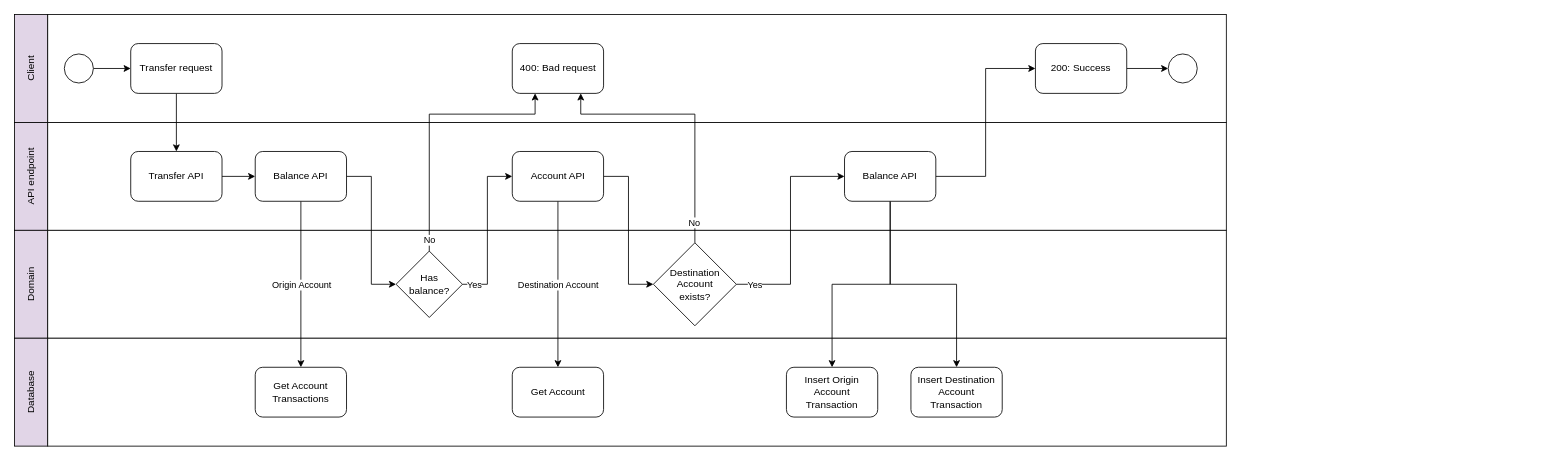
Earlier version of the draw.io diagram resources/transfer-request.drawio (gerson-vfs/wallet_backend). Source tidied: cells renumbered, new cells numbered last; positions are measured from the earlier drawing's top-left corner, leaving out a move shared by most shapes. Both pictures are drawn from the tidied source at 83%, with x=0, y=0 at pixel (14, 14).
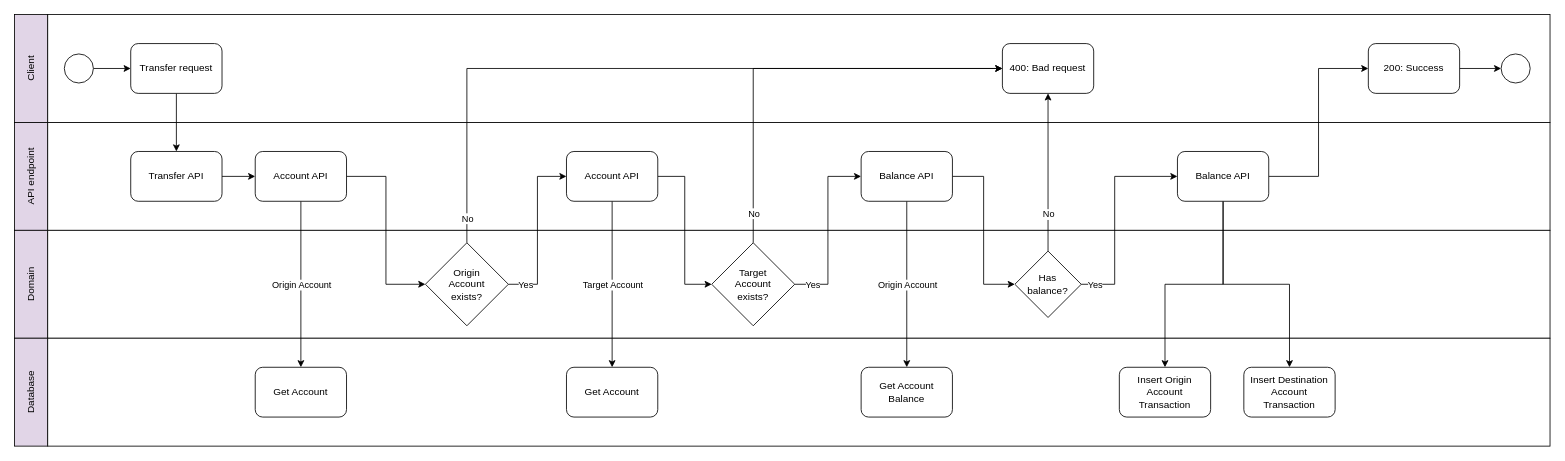
The same diagram, later.

Commit message (it also covers changes not shown here):
fix: update transfer diagram

Unchanged cells that the change refers to:
```xml
<mxCell id="20" value="Transfer API" style="rounded=1;whiteSpace=wrap;html=1;" parent="1" vertex="1">
  <mxGeometry x="140" y="165" width="110" height="60" as="geometry" />
</mxCell>
```

What changed in the source:
```diff
@@
     <mxCell id="5" style="rounded=0;whiteSpace=wrap;html=1;" parent="1" vertex="1">
-      <mxGeometry x="40" width="1420" height="130" as="geometry" />
+      <mxGeometry x="40" width="1810" height="130" as="geometry" />
     </mxCell>
     <mxCell id="6" style="rounded=0;whiteSpace=wrap;html=1;" parent="1" vertex="1">
-      <mxGeometry x="40" y="130" width="1420" height="130" as="geometry" />
+      <mxGeometry x="40" y="130" width="1810" height="130" as="geometry" />
     </mxCell>
     <mxCell id="7" style="rounded=0;whiteSpace=wrap;html=1;" parent="1" vertex="1">
-      <mxGeometry x="40" y="260" width="1420" height="130" as="geometry" />
+      <mxGeometry x="40" y="260" width="1810" height="130" as="geometry" />
     </mxCell>
@@
     <mxCell id="9" style="rounded=0;whiteSpace=wrap;html=1;" parent="1" vertex="1">
-      <mxGeometry x="40" y="390" width="1420" height="130" as="geometry" />
+      <mxGeometry x="40" y="390" width="1810" height="130" as="geometry" />
     </mxCell>
@@
     <mxCell id="14" value="400: Bad request" style="rounded=1;whiteSpace=wrap;html=1;" parent="1" vertex="1">
-      <mxGeometry x="599.7" y="35" width="110" height="60" as="geometry" />
+      <mxGeometry x="1190.2" y="35" width="110" height="60" as="geometry" />
     </mxCell>
-    <mxCell id="15" style="edgeStyle=orthogonalEdgeStyle;rounded=0;jettySize=auto;html=1;entryX=0;entryY=0.5;entryDx=0;entryDy=0;" parent="1" edge="1" source="18" target="26">
+    <mxCell id="15" style="edgeStyle=orthogonalEdgeStyle;rounded=0;jettySize=auto;html=1;entryX=0;entryY=0.5;entryDx=0;entryDy=0;exitX=1;exitY=0.5;exitDx=0;exitDy=0;" parent="1" edge="1" source="18" target="26">
       <mxGeometry relative="1" as="geometry" />
     </mxCell>
@@
     <mxCell id="18" value="Balance API" style="rounded=1;whiteSpace=wrap;html=1;" parent="1" vertex="1">
-      <mxGeometry x="290" y="165" width="110" height="60" as="geometry" />
+      <mxGeometry x="1020" y="165" width="110" height="60" as="geometry" />
     </mxCell>
-    <mxCell id="19" style="edgeStyle=orthogonalEdgeStyle;rounded=0;jettySize=auto;html=1;exitX=1;exitY=0.5;exitDx=0;exitDy=0;entryX=0;entryY=0.5;entryDx=0;entryDy=0;" parent="1" edge="1" source="20" target="18">
-      <mxGeometry relative="1" as="geometry" />
-    </mxCell>
+    <mxCell id="46" style="edgeStyle=orthogonalEdgeStyle;rounded=0;jettySize=auto;html=1;entryX=0;entryY=0.5;entryDx=0;entryDy=0;" parent="1" edge="1" source="20" target="51">
+      <mxGeometry relative="1" as="geometry" />
+    </mxCell>
@@
-    <mxCell id="21" value="Get Account Transactions" style="rounded=1;whiteSpace=wrap;html=1;" parent="1" vertex="1">
-      <mxGeometry x="290" y="425" width="110" height="60" as="geometry" />
+    <mxCell id="21" value="Get Account Balance" style="rounded=1;whiteSpace=wrap;html=1;" parent="1" vertex="1">
+      <mxGeometry x="1020" y="425" width="110" height="60" as="geometry" />
     </mxCell>
-    <mxCell id="22" style="edgeStyle=orthogonalEdgeStyle;rounded=0;jettySize=auto;html=1;entryX=0;entryY=0.5;entryDx=0;entryDy=0;" parent="1" edge="1" source="26" target="35">
+    <mxCell id="22" style="edgeStyle=orthogonalEdgeStyle;rounded=0;jettySize=auto;html=1;entryX=0;entryY=0.5;entryDx=0;entryDy=0;" parent="1" edge="1" source="26" target="40">
       <mxGeometry relative="1" as="geometry">
         <Array as="points">
-          <mxPoint x="569.7" y="325" />
-          <mxPoint x="569.7" y="195" />
+          <mxPoint x="1325.5" y="325" />
+          <mxPoint x="1325.5" y="195" />
         </Array>
       </mxGeometry>
     </mxCell>
@@
-    <mxCell id="24" style="edgeStyle=orthogonalEdgeStyle;rounded=0;jettySize=auto;html=1;entryX=0.25;entryY=1;entryDx=0;entryDy=0;" parent="1" edge="1" source="26" target="14">
-      <mxGeometry relative="1" as="geometry">
-        <Array as="points">
-          <mxPoint x="500" y="120" />
-          <mxPoint x="627" y="120" />
-        </Array>
-      </mxGeometry>
+    <mxCell id="24" style="edgeStyle=orthogonalEdgeStyle;rounded=0;jettySize=auto;html=1;exitX=0.5;exitY=0;exitDx=0;exitDy=0;entryX=0.5;entryY=1;entryDx=0;entryDy=0;" parent="1" edge="1" source="26" target="14">
+      <mxGeometry relative="1" as="geometry" />
     </mxCell>
-    <mxCell id="25" value="No" style="edgeLabel;html=1;align=center;verticalAlign=middle;" parent="24" vertex="1">
-      <mxGeometry x="-0.91" y="-1" relative="1" as="geometry">
-        <mxPoint x="-1" as="offset" />
-      </mxGeometry>
-    </mxCell>
+    <mxCell id="47" value="No" style="edgeLabel;html=1;align=center;verticalAlign=middle;" parent="24" vertex="1">
+      <mxGeometry x="-0.57" relative="1" as="geometry">
+        <mxPoint y="-4" as="offset" />
+      </mxGeometry>
+    </mxCell>
     <mxCell id="26" value="Has&lt;br&gt;balance?" style="rhombus;whiteSpace=wrap;html=1;" parent="1" vertex="1">
-      <mxGeometry x="459.7" y="285" width="80" height="80" as="geometry" />
+      <mxGeometry x="1205.2" y="285" width="80" height="80" as="geometry" />
     </mxCell>
-    <mxCell id="27" style="edgeStyle=orthogonalEdgeStyle;rounded=0;jettySize=auto;html=1;exitX=0.5;exitY=0;exitDx=0;exitDy=0;entryX=0.75;entryY=1;entryDx=0;entryDy=0;" parent="1" edge="1" source="31" target="14">
-      <mxGeometry relative="1" as="geometry">
-        <Array as="points">
-          <mxPoint x="820" y="120" />
-          <mxPoint x="683" y="120" />
-          <mxPoint x="683" y="95" />
-        </Array>
-      </mxGeometry>
-    </mxCell>
-    <mxCell id="28" value="No" style="edgeLabel;html=1;align=center;verticalAlign=middle;" parent="27" vertex="1">
-      <mxGeometry x="-0.84" y="1" relative="1" as="geometry" />
-    </mxCell>
-    <mxCell id="29" style="edgeStyle=orthogonalEdgeStyle;rounded=0;jettySize=auto;html=1;exitX=1;exitY=0.5;exitDx=0;exitDy=0;entryX=0;entryY=0.5;entryDx=0;entryDy=0;" parent="1" edge="1" source="31" target="40">
-      <mxGeometry relative="1" as="geometry" />
-    </mxCell>
-    <mxCell id="30" value="Yes" style="edgeLabel;html=1;align=center;verticalAlign=middle;" parent="29" vertex="1">
-      <mxGeometry x="-0.83" y="-1" relative="1" as="geometry">
-        <mxPoint y="-1" as="offset" />
-      </mxGeometry>
-    </mxCell>
-    <mxCell id="31" value="Destination&lt;br&gt;Account&lt;br&gt;exists?" style="rhombus;whiteSpace=wrap;html=1;" parent="1" vertex="1">
-      <mxGeometry x="769.7" y="275" width="100" height="100" as="geometry" />
-    </mxCell>
-    <mxCell id="32" style="edgeStyle=orthogonalEdgeStyle;rounded=0;jettySize=auto;html=1;entryX=0;entryY=0.5;entryDx=0;entryDy=0;" parent="1" edge="1" source="35" target="31">
-      <mxGeometry relative="1" as="geometry" />
-    </mxCell>
-    <mxCell id="33" style="edgeStyle=orthogonalEdgeStyle;rounded=0;jettySize=auto;html=1;entryX=0.5;entryY=0;entryDx=0;entryDy=0;" parent="1" edge="1" source="35" target="36">
-      <mxGeometry relative="1" as="geometry" />
-    </mxCell>
-    <mxCell id="34" value="Destination Account" style="edgeLabel;html=1;align=center;verticalAlign=middle;" parent="33" vertex="1">
-      <mxGeometry x="-0.16" y="-2" relative="1" as="geometry">
-        <mxPoint x="2" y="16" as="offset" />
-      </mxGeometry>
-    </mxCell>
-    <mxCell id="35" value="Account API" style="rounded=1;whiteSpace=wrap;html=1;" parent="1" vertex="1">
-      <mxGeometry x="599.7" y="165" width="110" height="60" as="geometry" />
-    </mxCell>
-    <mxCell id="36" value="Get Account" style="rounded=1;whiteSpace=wrap;html=1;" parent="1" vertex="1">
-      <mxGeometry x="599.7" y="425" width="110" height="60" as="geometry" />
-    </mxCell>
@@
     <mxCell id="40" value="Balance API" style="rounded=1;whiteSpace=wrap;html=1;" parent="1" vertex="1">
-      <mxGeometry x="1000" y="165" width="110" height="60" as="geometry" />
+      <mxGeometry x="1401.1" y="165" width="110" height="60" as="geometry" />
     </mxCell>
     <mxCell id="41" value="Insert Origin Account Transaction" style="rounded=1;whiteSpace=wrap;html=1;" parent="1" vertex="1">
-      <mxGeometry x="930" y="425" width="110" height="60" as="geometry" />
+      <mxGeometry x="1331.1" y="425" width="110" height="60" as="geometry" />
     </mxCell>
     <mxCell id="42" value="Insert Destination Account Transaction" style="rounded=1;whiteSpace=wrap;html=1;" parent="1" vertex="1">
-      <mxGeometry x="1080" y="425" width="110" height="60" as="geometry" />
+      <mxGeometry x="1481.1" y="425" width="110" height="60" as="geometry" />
     </mxCell>
@@
     <mxCell id="44" value="200: Success" style="rounded=1;whiteSpace=wrap;html=1;" parent="1" vertex="1">
-      <mxGeometry x="1230" y="35" width="110" height="60" as="geometry" />
+      <mxGeometry x="1631.1" y="35" width="110" height="60" as="geometry" />
     </mxCell>
     <mxCell id="45" style="ellipse;whiteSpace=wrap;html=1;" parent="1" vertex="1">
-      <mxGeometry x="1390" y="47.5" width="35" height="35" as="geometry" />
+      <mxGeometry x="1791.1" y="47.5" width="35" height="35" as="geometry" />
     </mxCell>
+    <mxCell id="48" style="edgeStyle=orthogonalEdgeStyle;rounded=0;jettySize=auto;html=1;entryX=0.5;entryY=0;entryDx=0;entryDy=0;" parent="1" edge="1" source="51" target="66">
+      <mxGeometry relative="1" as="geometry" />
+    </mxCell>
+    <mxCell id="49" value="Origin Account" style="edgeLabel;html=1;align=center;verticalAlign=middle;" parent="48" vertex="1">
+      <mxGeometry x="0.15" relative="1" as="geometry">
+        <mxPoint y="-15" as="offset" />
+      </mxGeometry>
+    </mxCell>
+    <mxCell id="50" style="edgeStyle=orthogonalEdgeStyle;rounded=0;jettySize=auto;html=1;entryX=0;entryY=0.5;entryDx=0;entryDy=0;" parent="1" edge="1" source="51" target="61">
+      <mxGeometry relative="1" as="geometry" />
+    </mxCell>
+    <mxCell id="51" value="Account API" style="rounded=1;whiteSpace=wrap;html=1;" parent="1" vertex="1">
+      <mxGeometry x="290" y="165" width="110" height="60" as="geometry" />
+    </mxCell>
+    <mxCell id="52" style="edgeStyle=orthogonalEdgeStyle;rounded=0;jettySize=auto;html=1;exitX=1;exitY=0.5;exitDx=0;exitDy=0;entryX=0;entryY=0.5;entryDx=0;entryDy=0;" parent="1" edge="1" source="56" target="18">
+      <mxGeometry relative="1" as="geometry" />
+    </mxCell>
+    <mxCell id="53" value="Yes" style="edgeLabel;html=1;align=center;verticalAlign=middle;" parent="52" vertex="1">
+      <mxGeometry x="-0.84" y="2" relative="1" as="geometry">
+        <mxPoint x="4" y="2" as="offset" />
+      </mxGeometry>
+    </mxCell>
+    <mxCell id="54" style="edgeStyle=orthogonalEdgeStyle;rounded=0;jettySize=auto;html=1;exitX=0.5;exitY=0;exitDx=0;exitDy=0;entryX=0;entryY=0.5;entryDx=0;entryDy=0;" parent="1" edge="1" source="56" target="14">
+      <mxGeometry relative="1" as="geometry" />
+    </mxCell>
+    <mxCell id="55" value="No" style="edgeLabel;html=1;align=center;verticalAlign=middle;" parent="54" vertex="1">
+      <mxGeometry x="-0.9" relative="1" as="geometry">
+        <mxPoint y="-10" as="offset" />
+      </mxGeometry>
+    </mxCell>
+    <mxCell id="56" value="Target&lt;br style=&quot;border-color: var(--border-color);&quot;&gt;Account&lt;br style=&quot;border-color: var(--border-color);&quot;&gt;exists?" style="rhombus;whiteSpace=wrap;html=1;" parent="1" vertex="1">
+      <mxGeometry x="840" y="275" width="100" height="100" as="geometry" />
+    </mxCell>
+    <mxCell id="57" style="edgeStyle=orthogonalEdgeStyle;rounded=0;jettySize=auto;html=1;entryX=0;entryY=0.5;entryDx=0;entryDy=0;" parent="1" edge="1" source="61" target="65">
+      <mxGeometry relative="1" as="geometry" />
+    </mxCell>
+    <mxCell id="58" value="Yes" style="edgeLabel;html=1;align=center;verticalAlign=middle;" parent="57" vertex="1">
+      <mxGeometry x="-0.34" relative="1" as="geometry">
+        <mxPoint x="-15" y="31" as="offset" />
+      </mxGeometry>
+    </mxCell>
+    <mxCell id="59" style="edgeStyle=orthogonalEdgeStyle;rounded=0;jettySize=auto;html=1;exitX=0.5;exitY=0;exitDx=0;exitDy=0;entryX=0;entryY=0.5;entryDx=0;entryDy=0;" parent="1" edge="1" source="61" target="14">
+      <mxGeometry relative="1" as="geometry" />
+    </mxCell>
+    <mxCell id="60" value="No" style="edgeLabel;html=1;align=center;verticalAlign=middle;" parent="59" vertex="1">
+      <mxGeometry x="-0.93" relative="1" as="geometry" />
+    </mxCell>
+    <mxCell id="61" value="Origin&lt;br style=&quot;border-color: var(--border-color);&quot;&gt;Account&lt;br style=&quot;border-color: var(--border-color);&quot;&gt;exists?" style="rhombus;whiteSpace=wrap;html=1;" parent="1" vertex="1">
+      <mxGeometry x="495" y="275" width="100" height="100" as="geometry" />
+    </mxCell>
+    <mxCell id="62" style="edgeStyle=orthogonalEdgeStyle;rounded=0;jettySize=auto;html=1;entryX=0;entryY=0.5;entryDx=0;entryDy=0;" parent="1" edge="1" source="65" target="56">
+      <mxGeometry relative="1" as="geometry" />
+    </mxCell>
+    <mxCell id="63" style="edgeStyle=orthogonalEdgeStyle;rounded=0;jettySize=auto;html=1;exitX=0.5;exitY=1;exitDx=0;exitDy=0;entryX=0.5;entryY=0;entryDx=0;entryDy=0;" parent="1" edge="1" source="65" target="67">
+      <mxGeometry relative="1" as="geometry" />
+    </mxCell>
+    <mxCell id="64" value="Target Account" style="edgeLabel;html=1;align=center;verticalAlign=middle;" parent="63" vertex="1">
+      <mxGeometry x="0.21" y="-1" relative="1" as="geometry">
+        <mxPoint x="1" y="-21" as="offset" />
+      </mxGeometry>
+    </mxCell>
+    <mxCell id="65" value="Account API" style="rounded=1;whiteSpace=wrap;html=1;" parent="1" vertex="1">
+      <mxGeometry x="665" y="165" width="110" height="60" as="geometry" />
+    </mxCell>
+    <mxCell id="66" value="Get Account" style="rounded=1;whiteSpace=wrap;html=1;" parent="1" vertex="1">
+      <mxGeometry x="290" y="425" width="110" height="60" as="geometry" />
+    </mxCell>
+    <mxCell id="67" value="Get Account" style="rounded=1;whiteSpace=wrap;html=1;" parent="1" vertex="1">
+      <mxGeometry x="665" y="425" width="110" height="60" as="geometry" />
+    </mxCell>
```
